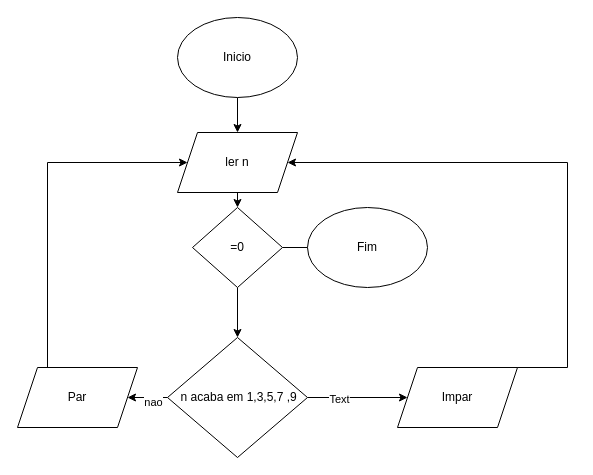
This is fluxograma 8.drawio from Goncalo203/diagrama-1, a draw.io file, before an edit. Source tidied: cells renumbered, new cells numbered last; positions are measured from the earlier drawing's top-left corner, leaving out a move shared by most shapes. Both pictures are drawn from the tidied source at 100%, with x=0, y=0 at pixel (17, 17).
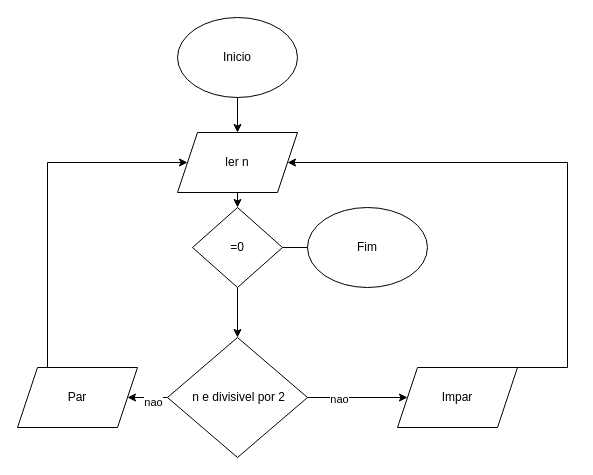
The same diagram, later.

The change refers to these unchanged cells:
```xml
<mxCell id="4" style="edgeStyle=orthogonalEdgeStyle;rounded=0;jettySize=auto;html=1;exitX=1;exitY=0.5;exitDx=0;exitDy=0;" parent="1" edge="1" source="8" target="12">
  <mxGeometry relative="1" as="geometry" />
</mxCell>
```

Diff of the diagram source:
```diff
@@
-    <mxCell id="5" value="Text" style="edgeLabel;html=1;align=center;verticalAlign=middle;" parent="4" vertex="1">
+    <mxCell id="5" value="nao" style="edgeLabel;html=1;align=center;verticalAlign=middle;" parent="4" vertex="1">
       <mxGeometry x="-0.39" y="-1" relative="1" as="geometry" />
     </mxCell>
@@
-    <mxCell id="8" value="&amp;nbsp;n acaba em 1,3,5,7 ,9" style="rhombus;whiteSpace=wrap;html=1;shapeInside=1;" parent="1" vertex="1">
+    <mxCell id="8" value="&amp;nbsp;n e divisivel por 2" style="rhombus;whiteSpace=wrap;html=1;shapeInside=1;" parent="1" vertex="1">
       <mxGeometry x="150" y="320" width="140" height="120" as="geometry" />
     </mxCell>
```
